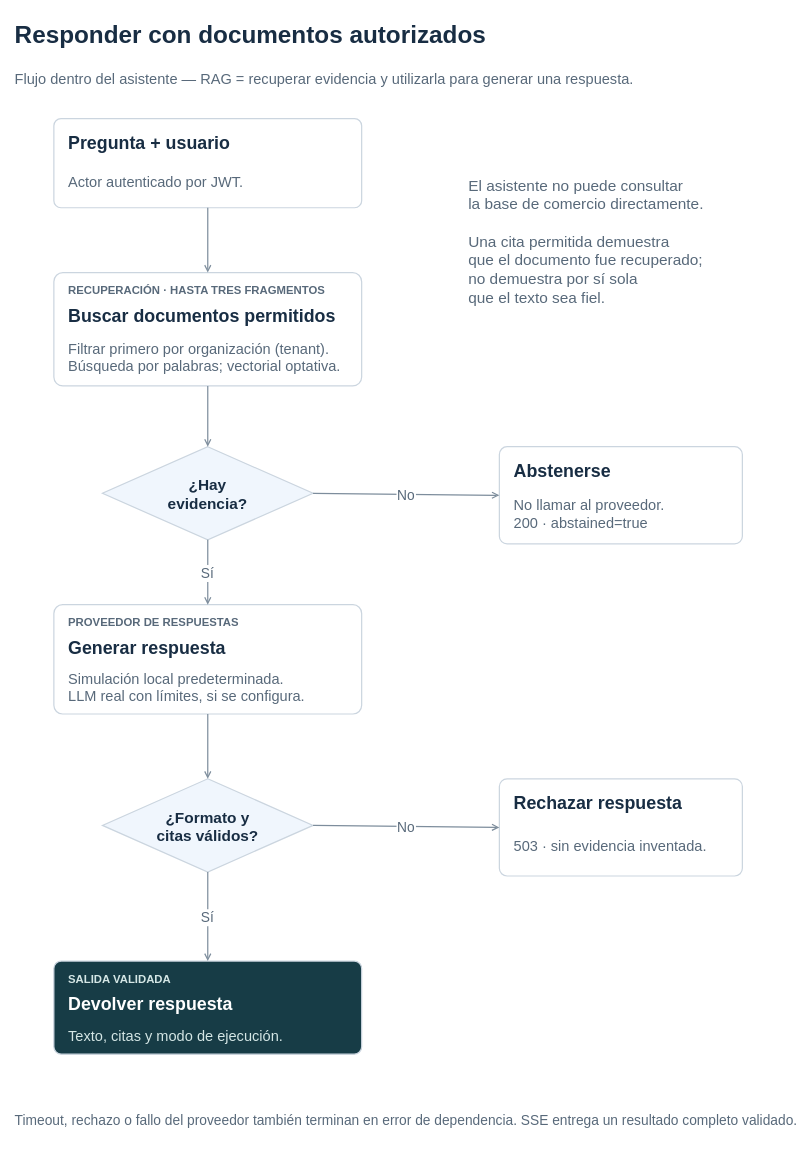
The draw.io diagram page "Responder con documentos autorizados" (8 of 13) of docs/diagrams/architecture.drawio in victormartingil/software-architecture, before the edit. Source tidied: cells renumbered, new cells numbered last; positions are measured from the earlier drawing's top-left corner, leaving out a move shared by most shapes. Both pictures are drawn from the tidied source at 81%, with x=0, y=0 at pixel (13, 13).
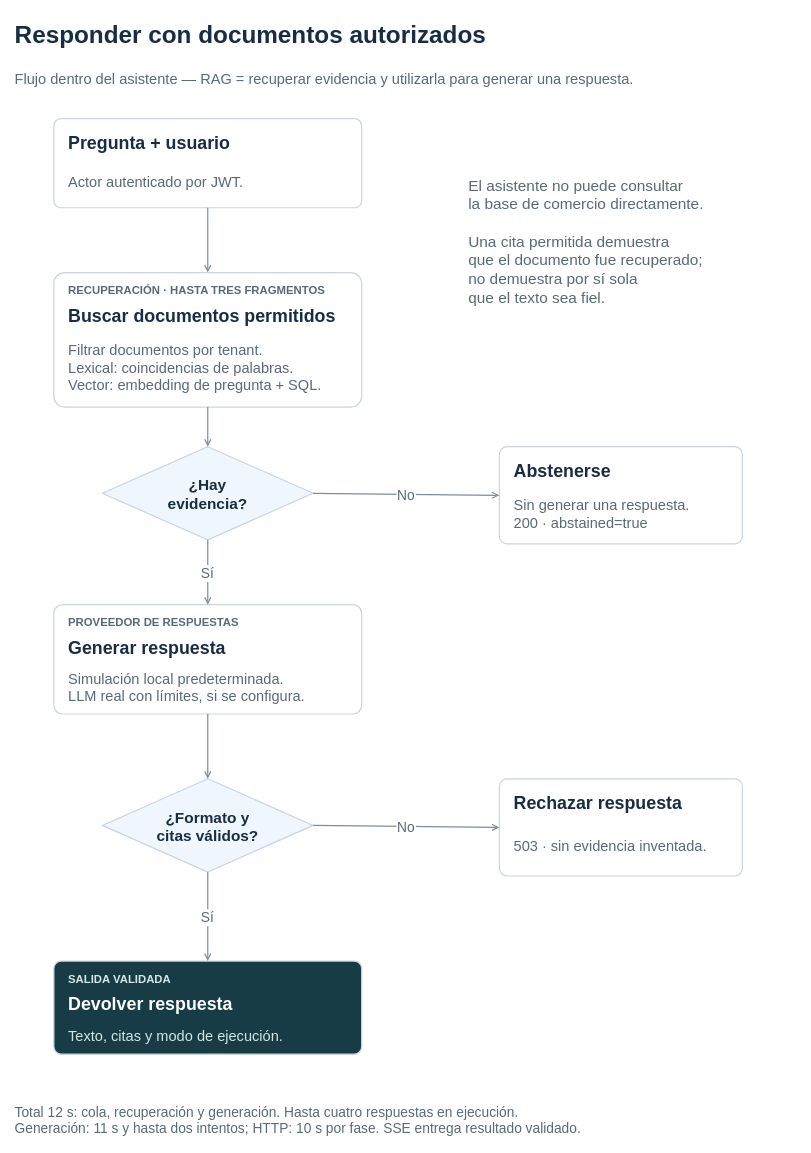
The same diagram, later.

The change refers to these unchanged cells:
```xml
<mxCell id="16" style="group;fillColor=none;strokeColor=none;" parent="1" vertex="1">
  <mxGeometry x="600" y="535" width="300" height="120" as="geometry" />
</mxCell>
```

The edit, as a diff of the source:
```diff
@@
     <mxCell id="8" style="group;fillColor=none;strokeColor=none;" parent="1" vertex="1">
-      <mxGeometry x="50" y="320" width="380" height="140" as="geometry" />
+      <mxGeometry x="50" y="320" width="380" height="166" as="geometry" />
     </mxCell>
     <mxCell id="9" style="rounded=1;arcSize=8;html=0;fillColor=#FFFFFF;strokeColor=#CBD5DF;strokeWidth=1.5;" parent="8" vertex="1">
-      <mxGeometry width="380" height="140" as="geometry" />
+      <mxGeometry width="380" height="166" as="geometry" />
     </mxCell>
@@
-    <mxCell id="12" value="Filtrar primero por organización (tenant).&#10;Búsqueda por palabras; vectorial optativa." style="text;html=0;fillColor=none;strokeColor=none;fontFamily=Arial;fontSize=18;fontColor=#58697A;fontStyle=0;align=left;verticalAlign=middle;" parent="8" vertex="1">
-      <mxGeometry x="16" y="76" width="348" height="55" as="geometry" />
+    <mxCell id="12" value="Filtrar documentos por tenant.&#10;Lexical: coincidencias de palabras.&#10;Vector: embedding de pregunta + SQL." style="text;html=0;fillColor=none;strokeColor=none;fontFamily=Arial;fontSize=18;fontColor=#58697A;fontStyle=0;align=left;verticalAlign=middle;" parent="8" vertex="1">
+      <mxGeometry x="16" y="76" width="348" height="80" as="geometry" />
     </mxCell>
@@
-    <mxCell id="19" value="No llamar al proveedor.&#10;200 · abstained=true" style="text;html=0;fillColor=none;strokeColor=none;fontFamily=Arial;fontSize=18;fontColor=#58697A;fontStyle=0;align=left;verticalAlign=middle;" parent="16" vertex="1">
+    <mxCell id="19" value="Sin generar una respuesta.&#10;200 · abstained=true" style="text;html=0;fillColor=none;strokeColor=none;fontFamily=Arial;fontSize=18;fontColor=#58697A;fontStyle=0;align=left;verticalAlign=middle;" parent="16" vertex="1">
       <mxGeometry x="16" y="53" width="268" height="57" as="geometry" />
     </mxCell>
@@
-    <mxCell id="45" value="Timeout, rechazo o fallo del proveedor también terminan en error de dependencia. SSE entrega un resultado completo validado." style="text;html=0;fillColor=none;strokeColor=none;fontFamily=Arial;fontSize=17;fontColor=#58697A;fontStyle=0;align=left;verticalAlign=middle;" parent="1" vertex="1">
+    <mxCell id="45" value="Total 12 s: cola, recuperación y generación. Hasta cuatro respuestas en ejecución.&#10;Generación: 11 s y hasta dos intentos; HTTP: 10 s por fase. SSE entrega resultado validado." style="text;html=0;fillColor=none;strokeColor=none;fontFamily=Arial;fontSize=17;fontColor=#58697A;fontStyle=0;align=left;verticalAlign=middle;" parent="1" vertex="1">
       <mxGeometry y="1340" width="940" height="50" as="geometry" />
     </mxCell>
```
